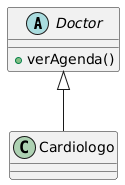
This is diagramas/01-diagrama-clases/01-solid-03-lsp.png from FacundoGuiraldes/SistemaTurnosMedicos, a PlantUML export, as it was before one commit. The source it was exported from:
```plantuml
@startuml

abstract class Doctor {
  + verAgenda()
}
class Cardiologo extends Doctor

@enduml
```
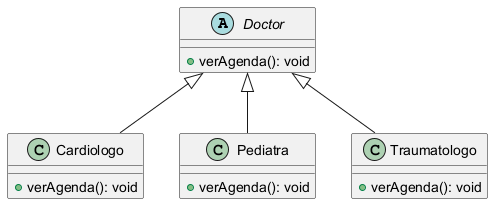
The same diagram one commit later.

Commit message:
design: regenerar diagrama LSP png a partir de puml actualizado

Made-with: Cursor

Change to the diagram source:
```diff
@@ -1,8 +1,19 @@
 @startuml
 
 abstract class Doctor {
-  + verAgenda()
+  + verAgenda(): void
 }
-class Cardiologo extends Doctor
+
+class Cardiologo extends Doctor {
+  + verAgenda(): void
+}
+
+class Pediatra extends Doctor {
+  + verAgenda(): void
+}
+
+class Traumatologo extends Doctor {
+  + verAgenda(): void
+}
 
 @enduml
```
